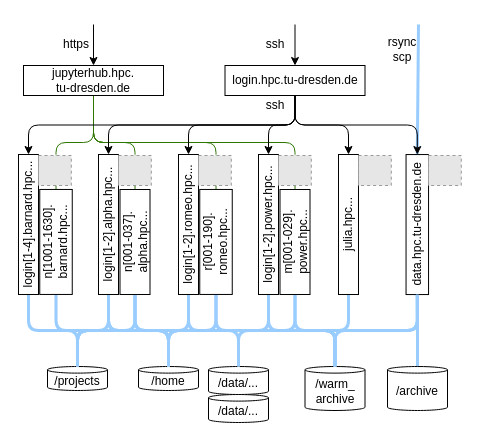
Earlier version of the draw.io diagram doc.zih.tu-dresden.de/docs/jobs_and_resources/misc/architecture_2023.drawio (Servideska/HPC). Source tidied: cells renumbered, new cells numbered last; positions are measured from the earlier drawing's top-left corner, leaving out a move shared by most shapes. Both pictures are drawn from the tidied source at 100%, with x=0, y=0 at pixel (-42, 24). Pictures stored in the file or linked from it are replaced by grey dashed boxes.
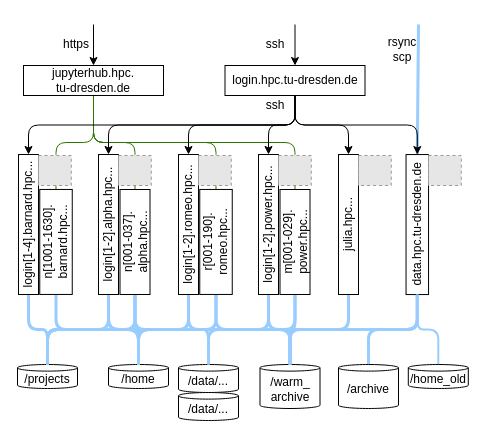
The same diagram, later.

The change refers to these unchanged cells:
```xml
<mxCell id="22" value="data.hpc.tu-dresden.de" style="rounded=0;whiteSpace=wrap;html=1;rotation=-90;" parent="1" vertex="1">
  <mxGeometry x="388.8" y="188.8" width="140" height="22.5" as="geometry" />
</mxCell>
```

What changed in the source:
```diff
@@
     <mxCell id="7" value="/data/..." style="shape=cylinder3;whiteSpace=wrap;html=1;boundedLbl=1;backgroundOutline=1;size=3.3103448275862206;" parent="1" vertex="1">
-      <mxGeometry x="250" y="370" width="60" height="28" as="geometry" />
+      <mxGeometry x="220" y="368" width="60" height="28" as="geometry" />
     </mxCell>
@@
     <mxCell id="16" value="/projects" style="shape=cylinder3;whiteSpace=wrap;html=1;boundedLbl=1;backgroundOutline=1;size=3.3103448275862206;" parent="1" vertex="1">
-      <mxGeometry x="89" y="342" width="60" height="24" as="geometry" />
+      <mxGeometry x="59" y="340" width="60" height="24" as="geometry" />
     </mxCell>
     <mxCell id="17" value="/home" style="shape=cylinder3;whiteSpace=wrap;html=1;boundedLbl=1;backgroundOutline=1;size=3.3103448275862206;" parent="1" vertex="1">
-      <mxGeometry x="180" y="342" width="60" height="24" as="geometry" />
+      <mxGeometry x="150" y="340" width="60" height="24" as="geometry" />
     </mxCell>
     <mxCell id="18" value="/data/..." style="shape=cylinder3;whiteSpace=wrap;html=1;boundedLbl=1;backgroundOutline=1;size=3.3103448275862206;" parent="1" vertex="1">
-      <mxGeometry x="250" y="342" width="60" height="28" as="geometry" />
+      <mxGeometry x="220" y="340" width="60" height="28" as="geometry" />
     </mxCell>
     <mxCell id="19" value="/warm_&lt;br&gt;archive" style="shape=cylinder3;whiteSpace=wrap;html=1;boundedLbl=1;backgroundOutline=1;size=3.3103448275862206;" parent="1" vertex="1">
-      <mxGeometry x="346.5" y="342" width="60" height="44" as="geometry" />
+      <mxGeometry x="301.5" y="340" width="60" height="44" as="geometry" />
     </mxCell>
@@
     <mxCell id="74" value="/archive" style="shape=cylinder3;whiteSpace=wrap;html=1;boundedLbl=1;backgroundOutline=1;size=3.3103448275862206;" parent="1" vertex="1">
-      <mxGeometry x="429" y="342" width="60" height="44" as="geometry" />
+      <mxGeometry x="380" y="340" width="60" height="44" as="geometry" />
     </mxCell>
+    <mxCell id="75" style="edgeStyle=orthogonalEdgeStyle;rounded=1;jettySize=auto;html=1;exitX=0.5;exitY=0;exitDx=0;exitDy=0;exitPerimeter=0;entryX=0;entryY=0.5;entryDx=0;entryDy=0;endArrow=none;endFill=0;strokeColor=#99CCFF;strokeWidth=2;" parent="1" edge="1" source="76" target="22">
+      <mxGeometry relative="1" as="geometry" />
+    </mxCell>
+    <mxCell id="76" value="/home_old" style="shape=cylinder3;whiteSpace=wrap;html=1;boundedLbl=1;backgroundOutline=1;size=3.3103448275862206;" parent="1" vertex="1">
+      <mxGeometry x="449.8" y="340" width="60" height="24" as="geometry" />
+    </mxCell>
```
